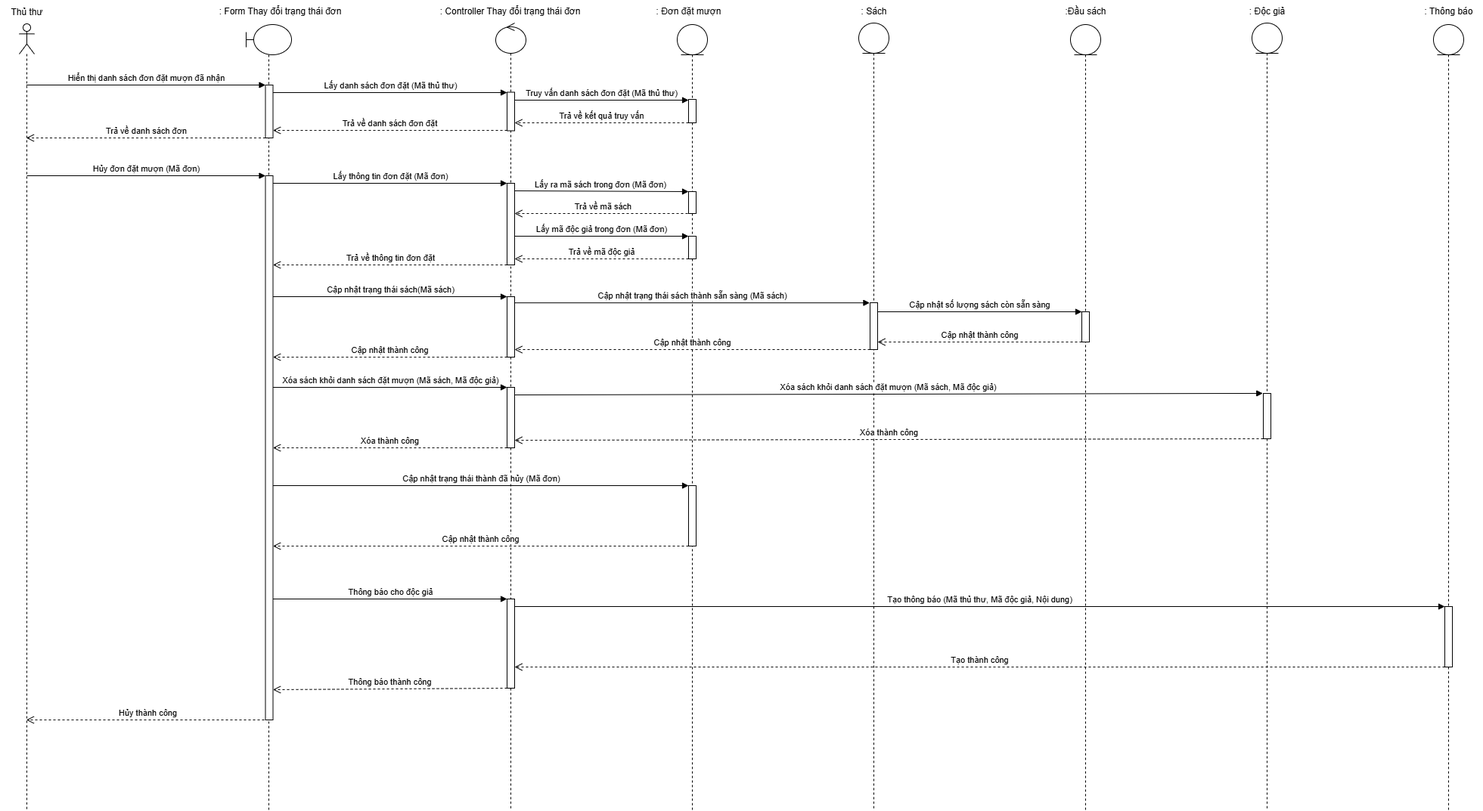
kimcuongdev/LibrarySystemAD keeps this draw.io diagram as Sequence Diagram/UC Đặt mượn sách/Actor Thủ thư - Xác nhận đơn đặt mượn.png. Above is the earlier version. Source tidied: cells renumbered, new cells last; positions are measured from the earlier drawing's top-left corner, leaving out a move shared by most shapes.
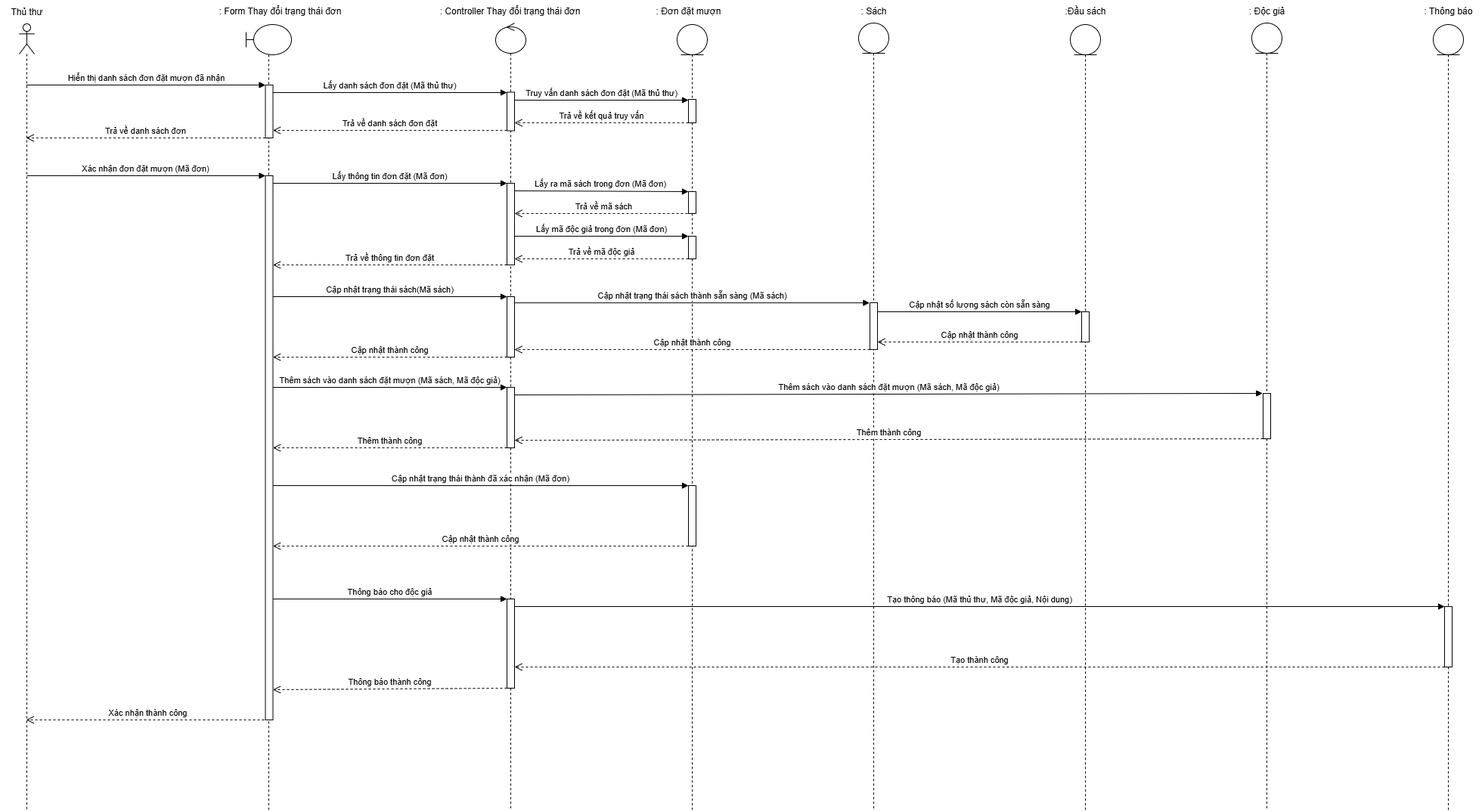
Later version of the same file.

Commit message:
Tuan 5 - Bieu do tuan tu

Change to the diagram source:
```diff
@@ -115,7 +115,7 @@
     <mxCell id="34" value=": Độc giả" style="text;html=1;align=center;verticalAlign=middle;strokeColor=none;fillColor=none;" parent="1" vertex="1">
       <mxGeometry x="1640" width="70" height="30" as="geometry" />
     </mxCell>
-    <mxCell id="35" value="Hủy đơn đặt mượn (Mã đơn)" style="html=1;verticalAlign=bottom;endArrow=block;curved=0;rounded=0;" parent="1" edge="1">
+    <mxCell id="35" value="Xác nhận đơn đặt mượn (Mã đơn)" style="html=1;verticalAlign=bottom;endArrow=block;curved=0;rounded=0;" parent="1" edge="1">
       <mxGeometry relative="1" as="geometry">
         <mxPoint x="35.1" y="232" as="sourcePoint" />
         <mxPoint x="350.5" y="232" as="targetPoint" />
@@ -177,13 +177,13 @@
         <mxPoint x="670" y="472" as="sourcePoint" />
       </mxGeometry>
     </mxCell>
-    <mxCell id="48" value="Xóa sách khỏi danh sách đặt mượn (Mã sách, Mã độc giả)" style="html=1;verticalAlign=bottom;endArrow=block;curved=0;rounded=0;entryX=0;entryY=0;entryDx=0;entryDy=5;" parent="1" edge="1">
+    <mxCell id="48" value="Thêm sách vào danh sách đặt mượn (Mã sách, Mã độc giả)" style="html=1;verticalAlign=bottom;endArrow=block;curved=0;rounded=0;entryX=0;entryY=0;entryDx=0;entryDy=5;" parent="1" edge="1">
       <mxGeometry relative="1" as="geometry">
         <mxPoint x="360.5" y="512" as="sourcePoint" />
         <mxPoint x="670" y="512" as="targetPoint" />
       </mxGeometry>
     </mxCell>
-    <mxCell id="49" value="Xóa thành công" style="html=1;verticalAlign=bottom;endArrow=open;dashed=1;endSize=8;curved=0;rounded=0;exitX=0;exitY=1;exitDx=0;exitDy=-5;" parent="1" edge="1">
+    <mxCell id="49" value="Thêm thành công" style="html=1;verticalAlign=bottom;endArrow=open;dashed=1;endSize=8;curved=0;rounded=0;exitX=0;exitY=1;exitDx=0;exitDy=-5;" parent="1" edge="1">
       <mxGeometry relative="1" as="geometry">
         <mxPoint x="670" y="592" as="sourcePoint" />
         <mxPoint x="360.5" y="592" as="targetPoint" />
@@ -201,17 +201,17 @@
         <mxPoint x="680" y="162" as="targetPoint" />
       </mxGeometry>
     </mxCell>
-    <mxCell id="52" value="Xóa sách khỏi&amp;nbsp;danh sách đặt mượn (Mã sách, Mã độc giả)" style="html=1;verticalAlign=bottom;endArrow=block;curved=0;rounded=0;entryX=-0.072;entryY=-0.001;entryDx=0;entryDy=0;entryPerimeter=0;" parent="1" edge="1" target="33">
+    <mxCell id="52" value="Thêm sách vào danh sách đặt mượn (Mã sách, Mã độc giả)" style="html=1;verticalAlign=bottom;endArrow=block;curved=0;rounded=0;entryX=-0.072;entryY=-0.001;entryDx=0;entryDy=0;entryPerimeter=0;" parent="1" edge="1" target="33">
       <mxGeometry relative="1" as="geometry">
         <mxPoint x="680" y="522" as="sourcePoint" />
       </mxGeometry>
     </mxCell>
-    <mxCell id="53" value="Xóa thành công" style="html=1;verticalAlign=bottom;endArrow=open;dashed=1;endSize=8;curved=0;rounded=0;" parent="1" edge="1" source="33">
+    <mxCell id="53" value="Thêm thành công" style="html=1;verticalAlign=bottom;endArrow=open;dashed=1;endSize=8;curved=0;rounded=0;" parent="1" edge="1" source="33">
       <mxGeometry relative="1" as="geometry">
         <mxPoint x="680" y="582" as="targetPoint" />
       </mxGeometry>
     </mxCell>
-    <mxCell id="54" value="Cập nhật trạng thái thành đã hủy (Mã đơn)" style="html=1;verticalAlign=bottom;endArrow=block;curved=0;rounded=0;entryX=0;entryY=0;entryDx=0;entryDy=5;" parent="1" edge="1">
+    <mxCell id="54" value="Cập nhật trạng thái thành đã xác nhận (Mã đơn)" style="html=1;verticalAlign=bottom;endArrow=block;curved=0;rounded=0;entryX=0;entryY=0;entryDx=0;entryDy=5;" parent="1" edge="1">
       <mxGeometry relative="1" as="geometry">
         <mxPoint x="360.5" y="642" as="sourcePoint" />
         <mxPoint x="910" y="642" as="targetPoint" />
@@ -253,7 +253,7 @@
         <mxPoint x="680" y="882" as="targetPoint" />
       </mxGeometry>
     </mxCell>
-    <mxCell id="63" value="Hủy thành công" style="html=1;verticalAlign=bottom;endArrow=open;dashed=1;endSize=8;curved=0;rounded=0;" parent="1" edge="1" target="2">
+    <mxCell id="63" value="Xác nhận thành công" style="html=1;verticalAlign=bottom;endArrow=open;dashed=1;endSize=8;curved=0;rounded=0;" parent="1" edge="1" target="2">
       <mxGeometry relative="1" as="geometry">
         <mxPoint x="355" y="952" as="sourcePoint" />
       </mxGeometry>
```
